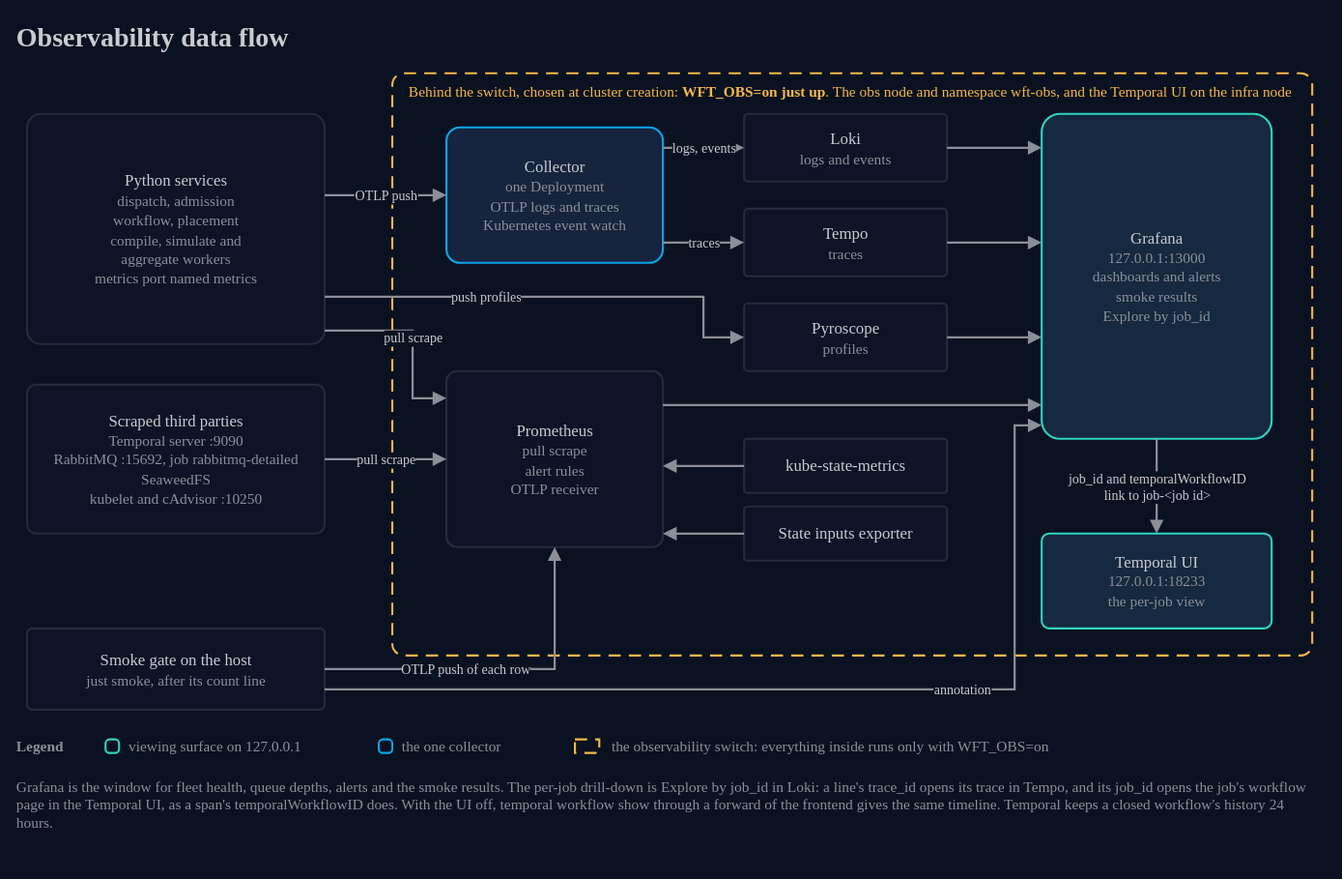
Earlier version of the draw.io export docs/architecture/05-observability-data-flow.drawio.svg (AndoNorth/disyard). Source tidied: cells renumbered, new cells last; positions are measured from the earlier drawing's top-left corner, leaving out a move shared by most shapes.
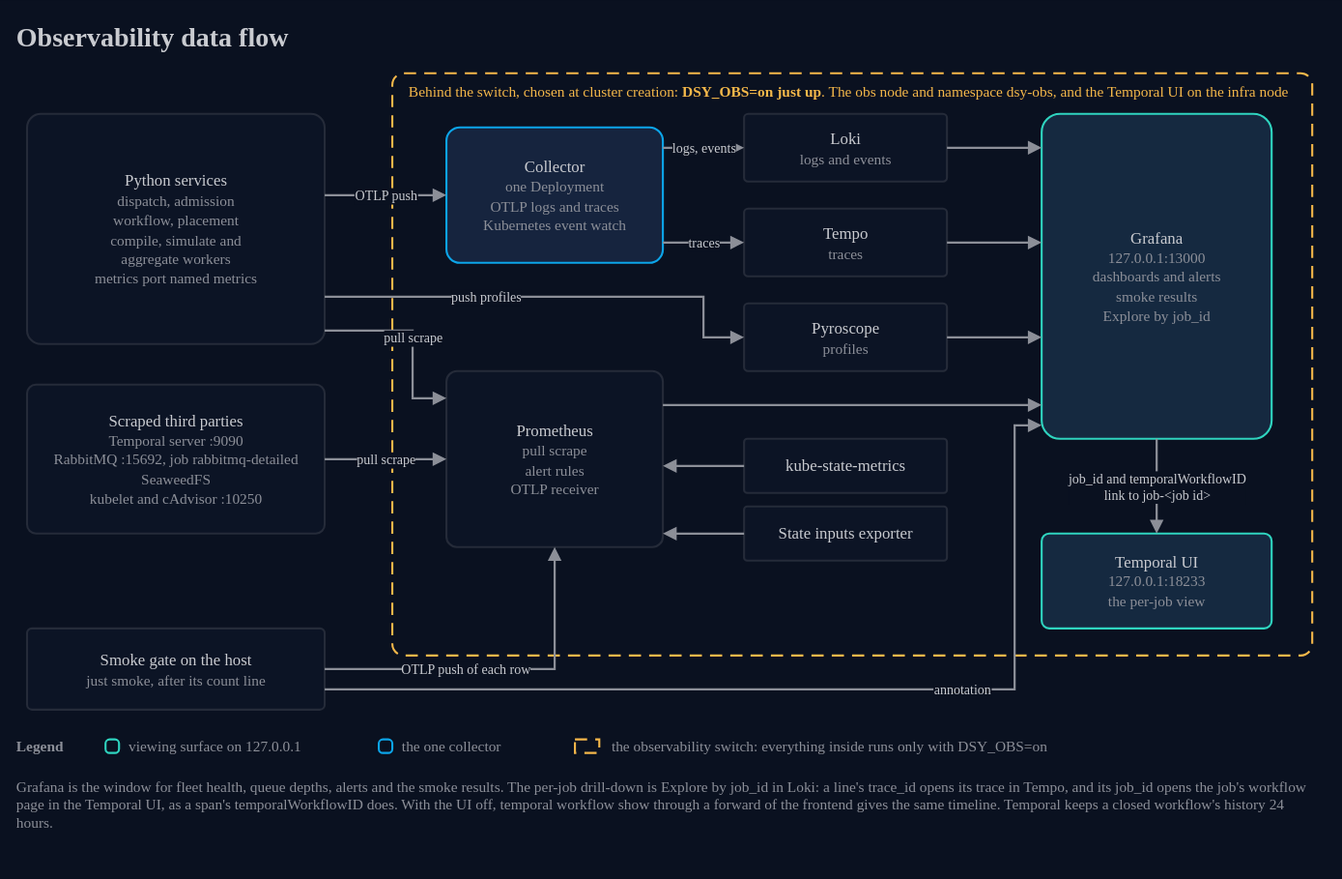
After the change.

What changed in the source:
```diff
@@ -8,7 +8,7 @@
     <mxCell id="3" style="rounded=1;arcSize=2;html=1;fillColor=none;strokeColor=#f5b84a;strokeWidth=1.5;dashed=1;dashPattern=6 4;" parent="1" vertex="1">
       <mxGeometry x="280" y="44" width="680" height="430" as="geometry" />
     </mxCell>
-    <mxCell id="4" value="Behind the switch, chosen at cluster creation: &lt;b&gt;WFT_OBS=on just up&lt;/b&gt;. The obs node and namespace wft-obs, and the Temporal UI on the infra node" style="text;html=1;strokeColor=none;fillColor=none;align=left;verticalAlign=middle;whiteSpace=wrap;fontColor=#8c8f98;fontSize=11;fontFamily=IBM Plex Sans;fontColor=#f5b84a;whiteSpace=nowrap;" parent="1" vertex="1">
+    <mxCell id="4" value="Behind the switch, chosen at cluster creation: &lt;b&gt;DSY_OBS=on just up&lt;/b&gt;. The obs node and namespace dsy-obs, and the Temporal UI on the infra node" style="text;html=1;strokeColor=none;fillColor=none;align=left;verticalAlign=middle;whiteSpace=wrap;fontColor=#8c8f98;fontSize=11;fontFamily=IBM Plex Sans;fontColor=#f5b84a;whiteSpace=nowrap;" parent="1" vertex="1">
       <mxGeometry x="290" y="48" width="660" height="18" as="geometry" />
     </mxCell>
     <mxCell id="5" value="Python services&lt;br&gt;&lt;font color=&quot;#8c8f98&quot; style=&quot;font-size:11px&quot;&gt;dispatch, admission&lt;/font&gt;&lt;br&gt;&lt;font color=&quot;#8c8f98&quot; style=&quot;font-size:11px&quot;&gt;workflow, placement&lt;/font&gt;&lt;br&gt;&lt;font color=&quot;#8c8f98&quot; style=&quot;font-size:11px&quot;&gt;compile, simulate and&lt;/font&gt;&lt;br&gt;&lt;font color=&quot;#8c8f98&quot; style=&quot;font-size:11px&quot;&gt;aggregate workers&lt;/font&gt;&lt;br&gt;&lt;font color=&quot;#8c8f98&quot; style=&quot;font-size:11px&quot;&gt;metrics port named metrics&lt;/font&gt;" style="rounded=1;arcSize=6;html=1;whiteSpace=wrap;fillColor=#0c1425;strokeColor=#252b39;strokeWidth=1.5;fontColor=#c9cbd0;fontSize=12;fontFamily=IBM Plex Sans;" parent="1" vertex="1">
@@ -129,7 +129,7 @@
     <mxCell id="37" style="rounded=0;html=1;fillColor=none;strokeColor=#f5b84a;strokeWidth=1.5;dashed=1;dashPattern=6 4;" parent="1" vertex="1">
       <mxGeometry x="415" y="536" width="18" height="10" as="geometry" />
     </mxCell>
-    <mxCell id="38" value="the observability switch: everything inside runs only with WFT_OBS=on" style="text;html=1;strokeColor=none;fillColor=none;align=left;verticalAlign=middle;whiteSpace=wrap;fontColor=#8c8f98;fontSize=11;fontFamily=IBM Plex Sans;whiteSpace=nowrap;" parent="1" vertex="1">
+    <mxCell id="38" value="the observability switch: everything inside runs only with DSY_OBS=on" style="text;html=1;strokeColor=none;fillColor=none;align=left;verticalAlign=middle;whiteSpace=wrap;fontColor=#8c8f98;fontSize=11;fontFamily=IBM Plex Sans;whiteSpace=nowrap;" parent="1" vertex="1">
       <mxGeometry x="440" y="532" width="420" height="18" as="geometry" />
     </mxCell>
     <mxCell id="39" value="Grafana is the window for fleet health, queue depths, alerts and the smoke results. The per-job drill-down is Explore by job_id in Loki: a line's trace_id opens its trace in Tempo, and its job_id opens the job's workflow page in the Temporal UI, as a span's temporalWorkflowID does. With the UI off, temporal workflow show through a forward of the frontend gives the same timeline. Temporal keeps a closed workflow's history 24 hours." style="text;html=1;strokeColor=none;fillColor=none;align=left;verticalAlign=middle;whiteSpace=wrap;fontColor=#8c8f98;fontSize=11;fontFamily=IBM Plex Sans;verticalAlign=top;" parent="1" vertex="1">
```
